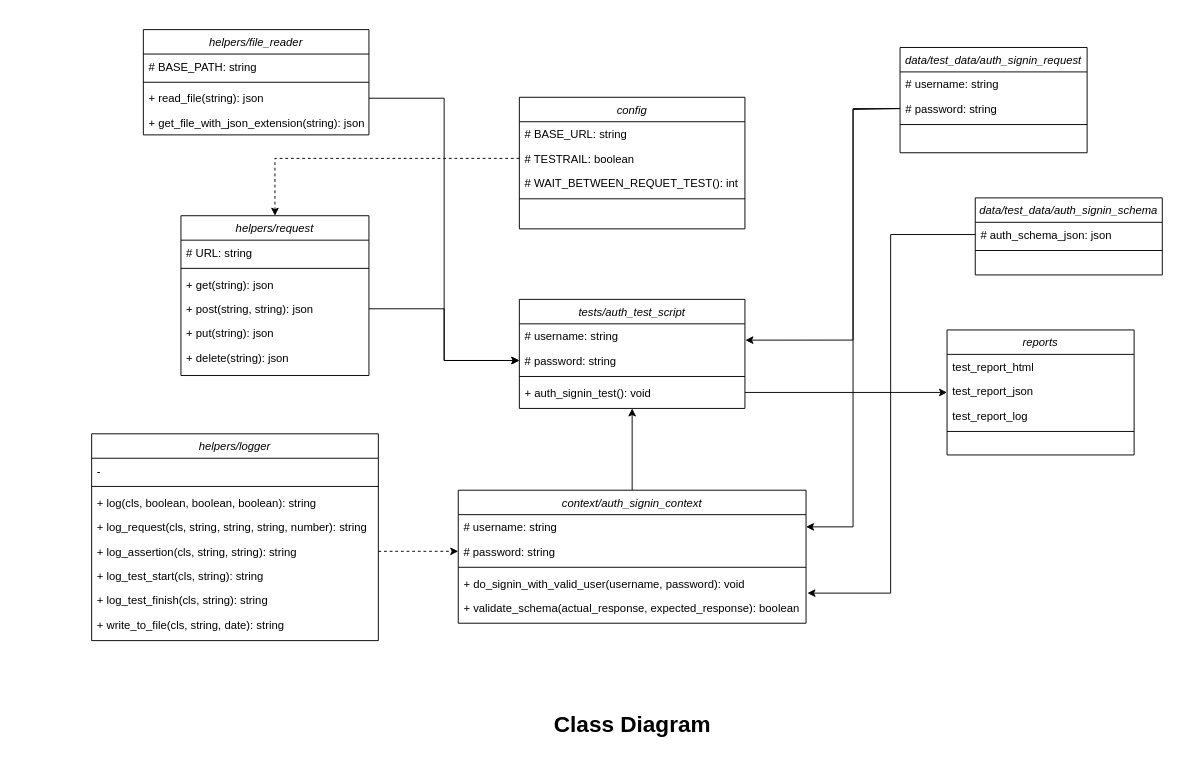
The draw.io diagram Untitled Diagram.drawio in pravin79/CAFE-FOOD-HUB, before the edit. Source tidied: cells renumbered, new cells numbered last; positions are measured from the earlier drawing's top-left corner, leaving out a move shared by most shapes. Both pictures are drawn from the tidied source at 94%, with x=0, y=0 at pixel (91, 29).
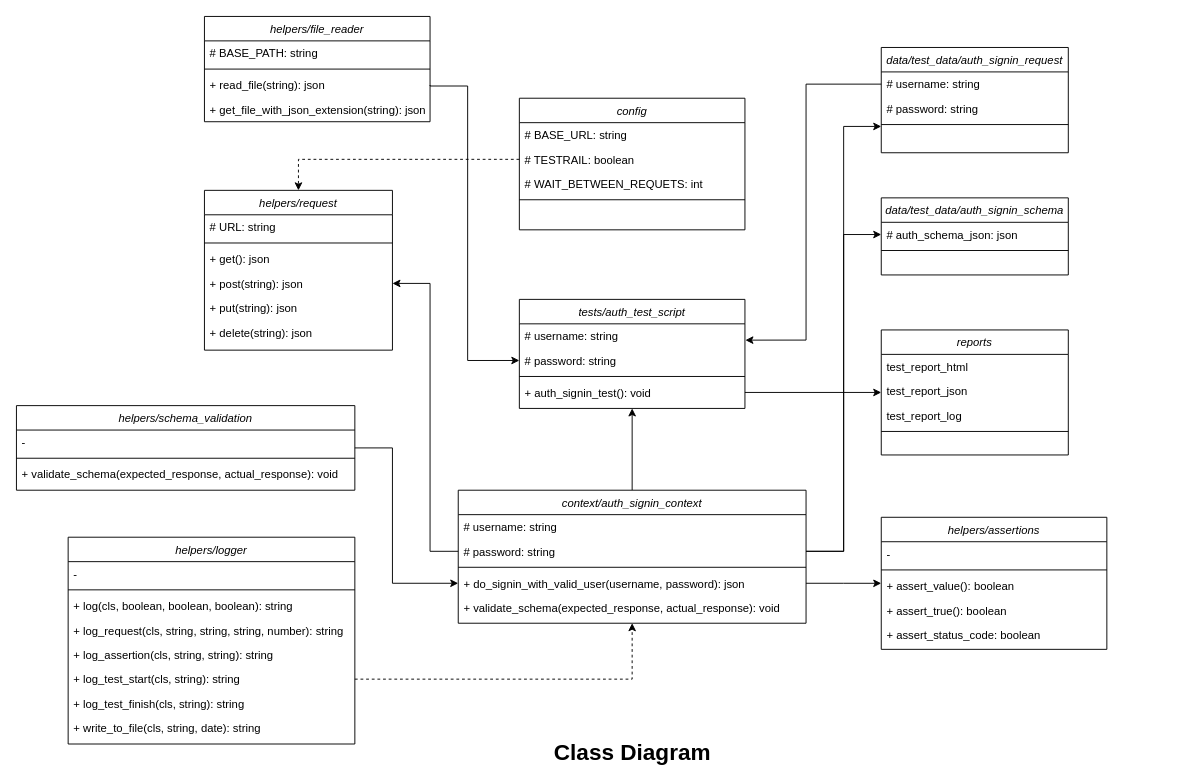
The same diagram, later.

Unchanged cells that the change refers to:
```xml
<mxCell id="8" value="# username: string" style="text;align=left;verticalAlign=top;spacingLeft=4;spacingRight=4;overflow=hidden;points=[[0,0.5],[1,0.5]];portConstraint=eastwest;" parent="7" vertex="1">
  <mxGeometry y="26" width="240" height="26" as="geometry" />
</mxCell>
<mxCell id="9" value="# password: string" style="text;align=left;verticalAlign=top;spacingLeft=4;spacingRight=4;overflow=hidden;points=[[0,0.5],[1,0.5]];portConstraint=eastwest;" parent="7" vertex="1">
  <mxGeometry y="52" width="240" height="26" as="geometry" />
</mxCell>
<mxCell id="24" value="+ log_assertion(cls, string, string): string" style="text;align=left;verticalAlign=top;spacingLeft=4;spacingRight=4;overflow=hidden;points=[[0,0.5],[1,0.5]];portConstraint=eastwest;" parent="19" vertex="1">
  <mxGeometry y="112" width="305" height="26" as="geometry" />
</mxCell>
<mxCell id="25" value="+ log_test_start(cls, string): string" style="text;align=left;verticalAlign=top;spacingLeft=4;spacingRight=4;overflow=hidden;points=[[0,0.5],[1,0.5]];portConstraint=eastwest;" parent="19" vertex="1">
  <mxGeometry y="138" width="305" height="26" as="geometry" />
</mxCell>
<mxCell id="31" value="+ read_file(string): json" style="text;align=left;verticalAlign=top;spacingLeft=4;spacingRight=4;overflow=hidden;points=[[0,0.5],[1,0.5]];portConstraint=eastwest;" parent="28" vertex="1">
  <mxGeometry y="60" width="240" height="26" as="geometry" />
</mxCell>
<mxCell id="34" value="# username: string" style="text;align=left;verticalAlign=top;spacingLeft=4;spacingRight=4;overflow=hidden;points=[[0,0.5],[1,0.5]];portConstraint=eastwest;" parent="33" vertex="1">
  <mxGeometry y="26" width="199" height="26" as="geometry" />
</mxCell>
<mxCell id="35" value="# password: string" style="text;align=left;verticalAlign=top;spacingLeft=4;spacingRight=4;overflow=hidden;points=[[0,0.5],[1,0.5]];portConstraint=eastwest;" parent="33" vertex="1">
  <mxGeometry y="52" width="199" height="26" as="geometry" />
</mxCell>
<mxCell id="43" value="# auth_schema_json: json" style="text;align=left;verticalAlign=top;spacingLeft=4;spacingRight=4;overflow=hidden;points=[[0,0.5],[1,0.5]];portConstraint=eastwest;" parent="42" vertex="1">
  <mxGeometry y="26" width="199" height="26" as="geometry" />
</mxCell>
<mxCell id="46" value="context/auth_signin_context" style="swimlane;fontStyle=2;align=center;verticalAlign=top;horizontal=1;startSize=26;rounded=0;shadow=0;strokeWidth=1;" parent="1" vertex="1">
  <mxGeometry x="390" y="490" width="370" height="141.5" as="geometry" />
</mxCell>
<mxCell id="47" value="# username: string" style="text;align=left;verticalAlign=top;spacingLeft=4;spacingRight=4;overflow=hidden;points=[[0,0.5],[1,0.5]];portConstraint=eastwest;" parent="46" vertex="1">
  <mxGeometry y="26" width="370" height="26" as="geometry" />
</mxCell>
<mxCell id="48" value="# password: string" style="text;align=left;verticalAlign=top;spacingLeft=4;spacingRight=4;overflow=hidden;points=[[0,0.5],[1,0.5]];portConstraint=eastwest;" parent="46" vertex="1">
  <mxGeometry y="52" width="370" height="26" as="geometry" />
</mxCell>
```

Diff of the diagram source:
```diff
@@
     <mxCell id="2" value="config" style="swimlane;fontStyle=2;align=center;verticalAlign=top;horizontal=1;startSize=26;rounded=0;shadow=0;strokeWidth=1;" parent="1" vertex="1">
-      <mxGeometry x="455" y="72" width="240" height="140" as="geometry" />
+      <mxGeometry x="455" y="73" width="240" height="140" as="geometry" />
     </mxCell>
@@
-    <mxCell id="5" value="# WAIT_BETWEEN_REQUET_TEST(): int" style="text;align=left;verticalAlign=top;spacingLeft=4;spacingRight=4;overflow=hidden;" parent="2" vertex="1">
+    <mxCell id="5" value="# WAIT_BETWEEN_REQUETS: int" style="text;align=left;verticalAlign=top;spacingLeft=4;spacingRight=4;overflow=hidden;" parent="2" vertex="1">
       <mxGeometry y="78" width="240" height="26" as="geometry" />
     </mxCell>
@@
     <mxCell id="12" value="helpers/request" style="swimlane;fontStyle=2;align=center;verticalAlign=top;horizontal=1;startSize=26;rounded=0;shadow=0;strokeWidth=1;" parent="1" vertex="1">
-      <mxGeometry x="95" y="198" width="200" height="170" as="geometry" />
+      <mxGeometry x="120" y="171" width="200" height="170" as="geometry" />
     </mxCell>
@@
-    <mxCell id="15" value="+ get(string): json" style="text;align=left;verticalAlign=top;spacingLeft=4;spacingRight=4;overflow=hidden;" parent="12" vertex="1">
+    <mxCell id="15" value="+ get(): json" style="text;align=left;verticalAlign=top;spacingLeft=4;spacingRight=4;overflow=hidden;" parent="12" vertex="1">
       <mxGeometry y="60" width="200" height="26" as="geometry" />
     </mxCell>
-    <mxCell id="16" value="+ post(string, string): json" style="text;align=left;verticalAlign=top;spacingLeft=4;spacingRight=4;overflow=hidden;points=[[0,0.5],[1,0.5]];portConstraint=eastwest;" parent="12" vertex="1">
+    <mxCell id="16" value="+ post(string): json" style="text;align=left;verticalAlign=top;spacingLeft=4;spacingRight=4;overflow=hidden;points=[[0,0.5],[1,0.5]];portConstraint=eastwest;" parent="12" vertex="1">
       <mxGeometry y="86" width="200" height="26" as="geometry" />
     </mxCell>
@@
     <mxCell id="19" value="helpers/logger" style="swimlane;fontStyle=2;align=center;verticalAlign=top;horizontal=1;startSize=26;rounded=0;shadow=0;strokeWidth=1;" parent="1" vertex="1">
-      <mxGeometry y="430" width="305" height="220" as="geometry" />
+      <mxGeometry x="-25" y="540" width="305" height="220" as="geometry" />
     </mxCell>
@@
     <mxCell id="28" value="helpers/file_reader" style="swimlane;fontStyle=2;align=center;verticalAlign=top;horizontal=1;startSize=26;rounded=0;shadow=0;strokeWidth=1;" parent="1" vertex="1">
-      <mxGeometry x="55" width="240" height="112" as="geometry" />
+      <mxGeometry x="120" y="-14" width="240" height="112" as="geometry" />
     </mxCell>
@@
     <mxCell id="33" value="data/test_data/auth_signin_request" style="swimlane;fontStyle=2;align=center;verticalAlign=top;horizontal=1;startSize=26;rounded=0;shadow=0;strokeWidth=1;" parent="1" vertex="1">
-      <mxGeometry x="860" y="19" width="199" height="112" as="geometry" />
+      <mxGeometry x="840" y="19" width="199" height="112" as="geometry" />
     </mxCell>
@@
     <mxCell id="37" value="reports" style="swimlane;fontStyle=2;align=center;verticalAlign=top;horizontal=1;startSize=26;rounded=0;shadow=0;strokeWidth=1;" parent="1" vertex="1">
-      <mxGeometry x="910" y="319.5" width="199" height="133" as="geometry" />
+      <mxGeometry x="840" y="319.5" width="199" height="133" as="geometry" />
     </mxCell>
@@
     <mxCell id="42" value="data/test_data/auth_signin_schema" style="swimlane;fontStyle=2;align=center;verticalAlign=top;horizontal=1;startSize=26;rounded=0;shadow=0;strokeWidth=1;" parent="1" vertex="1">
-      <mxGeometry x="940" y="179" width="199" height="82" as="geometry" />
+      <mxGeometry x="840" y="179" width="199" height="82" as="geometry" />
     </mxCell>
@@
-    <mxCell id="50" value="+ do_signin_with_valid_user(username, password): void" style="text;align=left;verticalAlign=top;spacingLeft=4;spacingRight=4;overflow=hidden;points=[[0,0.5],[1,0.5]];portConstraint=eastwest;" parent="46" vertex="1">
+    <mxCell id="50" value="+ do_signin_with_valid_user(username, password): json" style="text;align=left;verticalAlign=top;spacingLeft=4;spacingRight=4;overflow=hidden;points=[[0,0.5],[1,0.5]];portConstraint=eastwest;" parent="46" vertex="1">
       <mxGeometry y="86" width="370" height="26" as="geometry" />
     </mxCell>
-    <mxCell id="51" value="+ validate_schema(actual_response, expected_response): boolean" style="text;align=left;verticalAlign=top;spacingLeft=4;spacingRight=4;overflow=hidden;" parent="46" vertex="1">
+    <mxCell id="51" value="+ validate_schema(expected_response, actual_response): void" style="text;align=left;verticalAlign=top;spacingLeft=4;spacingRight=4;overflow=hidden;" parent="46" vertex="1">
       <mxGeometry y="112" width="370" height="26" as="geometry" />
     </mxCell>
@@
-    <mxCell id="53" style="edgeStyle=orthogonalEdgeStyle;rounded=0;jettySize=auto;html=1;exitX=0;exitY=0.5;exitDx=0;exitDy=0;entryX=1;entryY=0.5;entryDx=0;entryDy=0;" parent="1" edge="1" source="35" target="47">
-      <mxGeometry relative="1" as="geometry">
-        <Array as="points">
-          <mxPoint x="810" y="84" />
-          <mxPoint x="810" y="529" />
-        </Array>
-      </mxGeometry>
-    </mxCell>
-    <mxCell id="54" style="edgeStyle=orthogonalEdgeStyle;rounded=0;jettySize=auto;html=1;exitX=0;exitY=0.5;exitDx=0;exitDy=0;entryX=1.002;entryY=0.667;entryDx=0;entryDy=0;entryPerimeter=0;" parent="1" edge="1" source="35" target="8">
+    <mxCell id="54" style="edgeStyle=orthogonalEdgeStyle;rounded=0;jettySize=auto;html=1;exitX=0;exitY=0.5;exitDx=0;exitDy=0;entryX=1.002;entryY=0.667;entryDx=0;entryDy=0;entryPerimeter=0;" parent="1" edge="1" source="34" target="8">
       <mxGeometry relative="1" as="geometry">
         <Array as="points">
-          <mxPoint x="810" y="85" />
-          <mxPoint x="810" y="330" />
+          <mxPoint x="760" y="58" />
+          <mxPoint x="760" y="330" />
         </Array>
       </mxGeometry>
     </mxCell>
-    <mxCell id="55" style="edgeStyle=orthogonalEdgeStyle;rounded=0;jettySize=auto;html=1;exitX=1;exitY=0.5;exitDx=0;exitDy=0;entryX=0;entryY=0.5;entryDx=0;entryDy=0;" parent="1" edge="1" source="16" target="9">
-      <mxGeometry relative="1" as="geometry" />
-    </mxCell>
     <mxCell id="56" style="edgeStyle=orthogonalEdgeStyle;rounded=0;jettySize=auto;html=1;exitX=1;exitY=0.5;exitDx=0;exitDy=0;entryX=0;entryY=0.5;entryDx=0;entryDy=0;" parent="1" edge="1" source="31" target="9">
-      <mxGeometry relative="1" as="geometry" />
+      <mxGeometry relative="1" as="geometry">
+        <Array as="points">
+          <mxPoint x="360" y="60" />
+          <mxPoint x="400" y="60" />
+          <mxPoint x="400" y="352" />
+        </Array>
+      </mxGeometry>
     </mxCell>
+    <mxCell id="60" value="&lt;font style=&quot;font-size: 24px&quot;&gt;Class Diagram&lt;/font&gt;" style="text;html=1;align=center;verticalAlign=middle;strokeColor=none;fillColor=none;fontStyle=1;" parent="1" vertex="1">
+      <mxGeometry x="485" y="760" width="180" height="20" as="geometry" />
+    </mxCell>
+    <mxCell id="61" style="edgeStyle=orthogonalEdgeStyle;rounded=0;jettySize=auto;html=1;exitX=1;exitY=0.5;exitDx=0;exitDy=0;entryX=0;entryY=0.75;entryDx=0;entryDy=0;" parent="1" edge="1" source="48" target="33">
+      <mxGeometry relative="1" as="geometry" />
+    </mxCell>
+    <mxCell id="62" style="edgeStyle=orthogonalEdgeStyle;rounded=0;jettySize=auto;html=1;exitX=1;exitY=0.5;exitDx=0;exitDy=0;entryX=0;entryY=0.5;entryDx=0;entryDy=0;" parent="1" edge="1" source="48" target="43">
+      <mxGeometry relative="1" as="geometry" />
+    </mxCell>
+    <mxCell id="63" value="helpers/assertions" style="swimlane;fontStyle=2;align=center;verticalAlign=top;horizontal=1;startSize=26;rounded=0;shadow=0;strokeWidth=1;" parent="1" vertex="1">
+      <mxGeometry x="840" y="518.8" width="240" height="140.5" as="geometry" />
+    </mxCell>
+    <mxCell id="64" value="-" style="text;align=left;verticalAlign=top;spacingLeft=4;spacingRight=4;overflow=hidden;" parent="63" vertex="1">
+      <mxGeometry y="26" width="240" height="26" as="geometry" />
+    </mxCell>
+    <mxCell id="65" style="line;html=1;strokeWidth=1;align=left;verticalAlign=middle;spacingTop=-1;spacingLeft=3;spacingRight=3;labelPosition=right;" parent="63" vertex="1">
+      <mxGeometry y="52" width="240" height="8" as="geometry" />
+    </mxCell>
+    <mxCell id="66" value="+ assert_value(): boolean" style="text;align=left;verticalAlign=top;spacingLeft=4;spacingRight=4;overflow=hidden;" parent="63" vertex="1">
+      <mxGeometry y="60" width="240" height="26" as="geometry" />
+    </mxCell>
+    <mxCell id="67" value="+ assert_true(): boolean" style="text;align=left;verticalAlign=top;spacingLeft=4;spacingRight=4;overflow=hidden;" parent="63" vertex="1">
+      <mxGeometry y="86" width="240" height="26" as="geometry" />
+    </mxCell>
+    <mxCell id="68" value="+ assert_status_code: boolean" style="text;align=left;verticalAlign=top;spacingLeft=4;spacingRight=4;overflow=hidden;" parent="63" vertex="1">
+      <mxGeometry y="112" width="240" height="26" as="geometry" />
+    </mxCell>
+    <mxCell id="69" style="edgeStyle=orthogonalEdgeStyle;rounded=0;jettySize=auto;html=1;exitX=1;exitY=0.5;exitDx=0;exitDy=0;entryX=0;entryY=0.5;entryDx=0;entryDy=0;" parent="1" edge="1" source="50" target="63">
+      <mxGeometry relative="1" as="geometry" />
+    </mxCell>
+    <mxCell id="70" style="edgeStyle=orthogonalEdgeStyle;rounded=0;jettySize=auto;html=1;exitX=0;exitY=0.5;exitDx=0;exitDy=0;entryX=1;entryY=0.5;entryDx=0;entryDy=0;" parent="1" edge="1" source="48" target="16">
+      <mxGeometry relative="1" as="geometry">
+        <Array as="points">
+          <mxPoint x="360" y="555" />
+          <mxPoint x="360" y="270" />
+        </Array>
+      </mxGeometry>
+    </mxCell>
+    <mxCell id="71" style="edgeStyle=orthogonalEdgeStyle;rounded=0;jettySize=auto;html=1;exitX=1;exitY=0.5;exitDx=0;exitDy=0;entryX=0;entryY=0.5;entryDx=0;entryDy=0;" parent="1" edge="1" source="72" target="50">
+      <mxGeometry relative="1" as="geometry">
+        <Array as="points">
+          <mxPoint x="320" y="445" />
+          <mxPoint x="320" y="589" />
+        </Array>
+      </mxGeometry>
+    </mxCell>
+    <mxCell id="72" value="helpers/schema_validation" style="swimlane;fontStyle=2;align=center;verticalAlign=top;horizontal=1;startSize=26;rounded=0;shadow=0;strokeWidth=1;" parent="1" vertex="1">
+      <mxGeometry x="-80" y="400" width="360" height="90" as="geometry" />
+    </mxCell>
+    <mxCell id="73" value="-" style="text;align=left;verticalAlign=top;spacingLeft=4;spacingRight=4;overflow=hidden;" parent="72" vertex="1">
+      <mxGeometry y="26" width="360" height="26" as="geometry" />
+    </mxCell>
+    <mxCell id="74" style="line;html=1;strokeWidth=1;align=left;verticalAlign=middle;spacingTop=-1;spacingLeft=3;spacingRight=3;labelPosition=right;" parent="72" vertex="1">
+      <mxGeometry y="52" width="360" height="8" as="geometry" />
+    </mxCell>
+    <mxCell id="75" value="+ validate_schema(expected_response, actual_response): void" style="text;align=left;verticalAlign=top;spacingLeft=4;spacingRight=4;overflow=hidden;" parent="72" vertex="1">
+      <mxGeometry y="60" width="360" height="26" as="geometry" />
+    </mxCell>
@@
-    <mxCell id="58" style="edgeStyle=orthogonalEdgeStyle;rounded=0;jettySize=auto;html=1;exitX=0;exitY=0.5;exitDx=0;exitDy=0;entryX=1.004;entryY=0.903;entryDx=0;entryDy=0;entryPerimeter=0;" parent="1" edge="1" source="43" target="50">
-      <mxGeometry relative="1" as="geometry" />
-    </mxCell>
-    <mxCell id="59" style="edgeStyle=orthogonalEdgeStyle;rounded=0;jettySize=auto;html=1;exitX=1;exitY=0.5;exitDx=0;exitDy=0;entryX=0;entryY=0.5;entryDx=0;entryDy=0;dashed=1;" parent="1" edge="1" source="24" target="48">
-      <mxGeometry relative="1" as="geometry" />
-    </mxCell>
-    <mxCell id="60" value="&lt;font style=&quot;font-size: 24px&quot;&gt;Class Diagram&lt;/font&gt;" style="text;html=1;align=center;verticalAlign=middle;strokeColor=none;fillColor=none;fontStyle=1;" parent="1" vertex="1">
-      <mxGeometry x="485" y="730" width="180" height="20" as="geometry" />
-    </mxCell>
+    <mxCell id="76" style="edgeStyle=orthogonalEdgeStyle;rounded=0;jettySize=auto;html=1;exitX=1;exitY=0.5;exitDx=0;exitDy=0;entryX=0.5;entryY=1;entryDx=0;entryDy=0;dashed=1;" parent="1" edge="1" source="25" target="46">
+      <mxGeometry relative="1" as="geometry" />
+    </mxCell>
```
